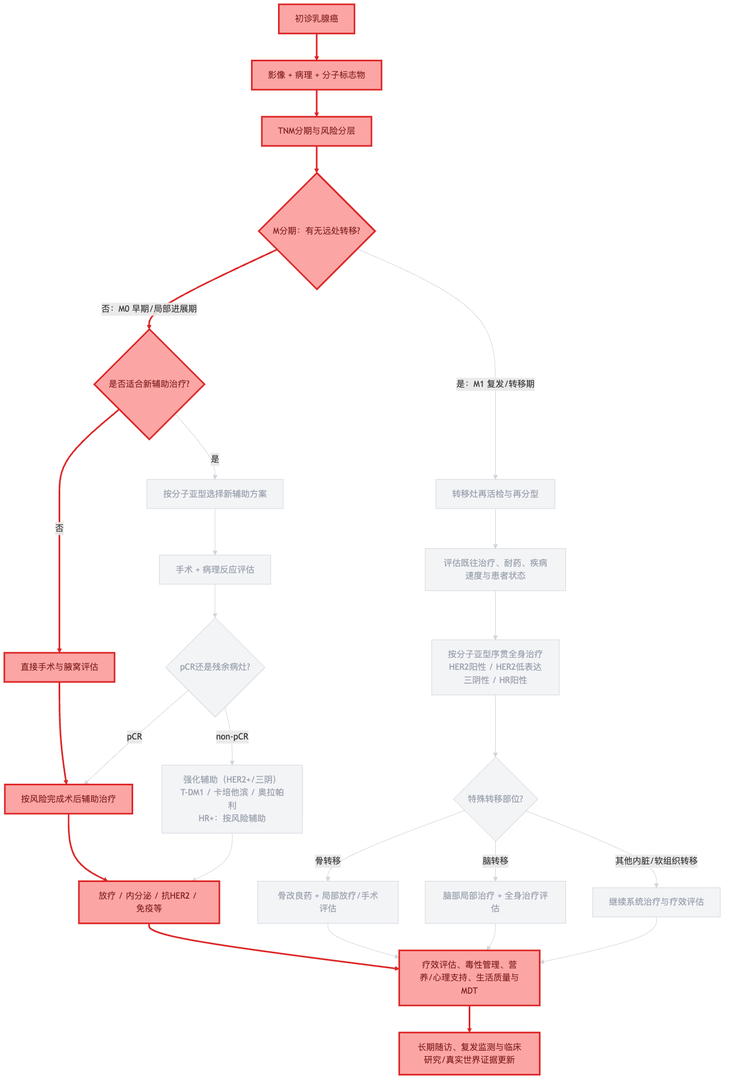
Above: diagrams/decision-chain-REAL-001.png in dongjb741280/breast-cancer (Mermaid), before the change. Its source is kept beside it as diagrams/decision-chain-REAL-001.mmd.
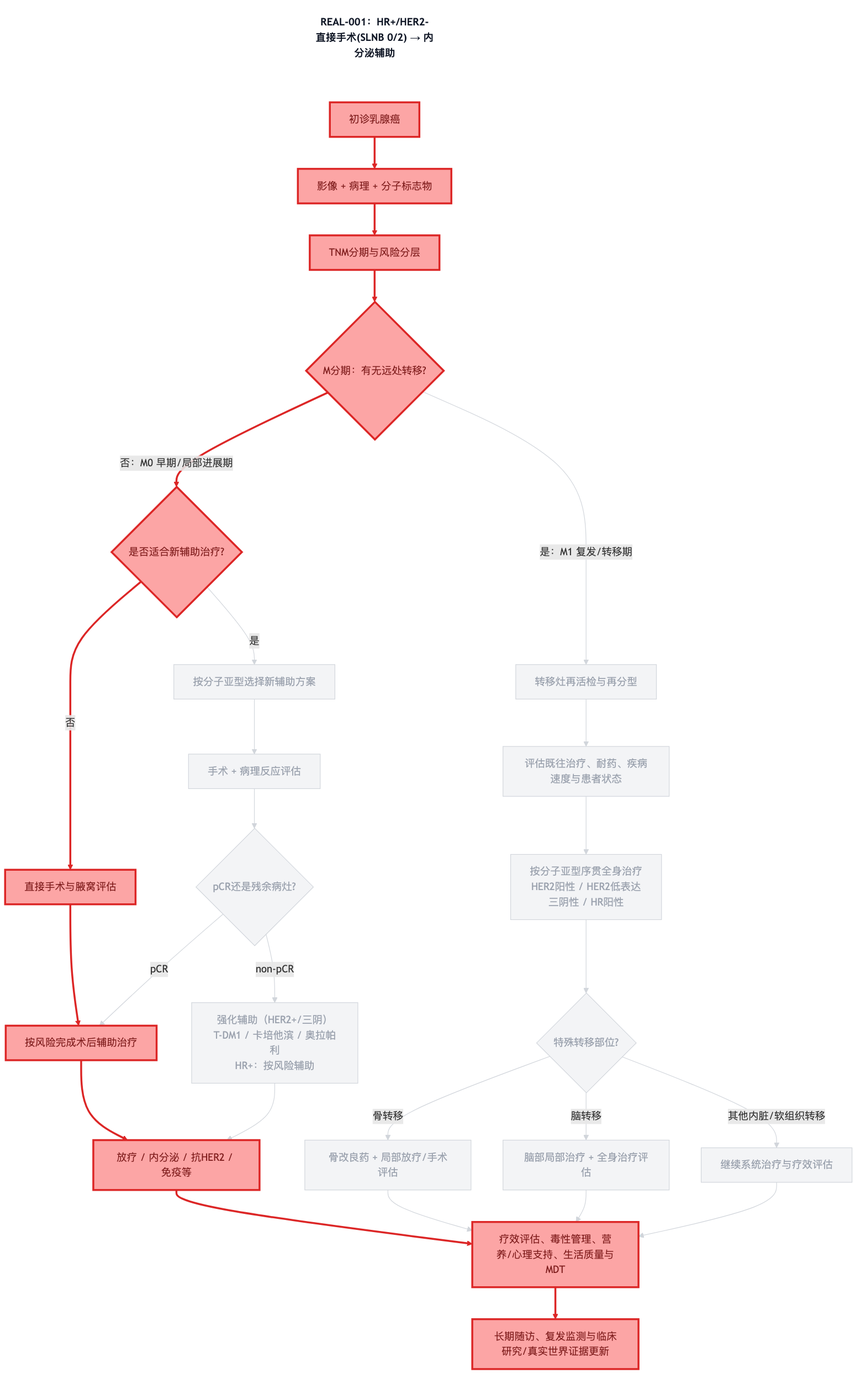
The same diagram one commit later.

Diff of the diagram source:
```diff
@@ -1,4 +1,5 @@
 graph TD
+    TITLE["REAL-001：HR+/HER2-<br/>直接手术(SLNB 0/2) → 内分泌辅助"]
     A[初诊乳腺癌]
     B[影像 + 病理 + 分子标志物]
     C[TNM分期与风险分层]
@@ -45,8 +46,11 @@
     R --> T
     S --> T
     T --> U
+    TITLE ~~~ A
     classDef path fill:#fca5a5,stroke:#dc2626,color:#7f1d1d,stroke-width:3px;
     classDef dim fill:#f3f4f6,stroke:#d1d5db,color:#9ca3af,stroke-width:1px;
+    classDef caption fill:#fff,stroke:none,color:#111827,font-weight:bold;
+    class TITLE caption;
     class A path;
     class B path;
     class C path;
```
